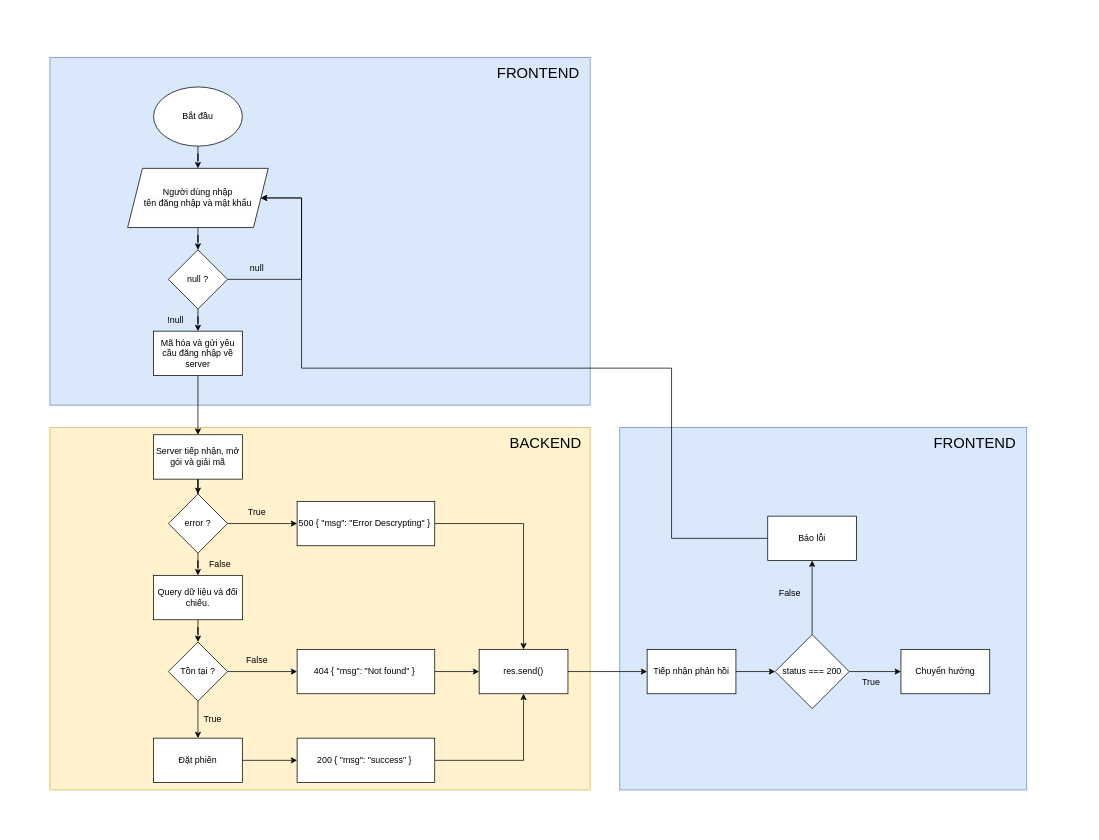
Before: LogicWorkflow.drawio in dbdev2912/khong_dc_khau_nghiep, a draw.io diagram. Source tidied: cells renumbered, new cells numbered last; positions are measured from the earlier drawing's top-left corner, leaving out a move shared by most shapes. Both pictures are drawn from the tidied source at 74%, with x=0, y=0 at pixel (50, 57).
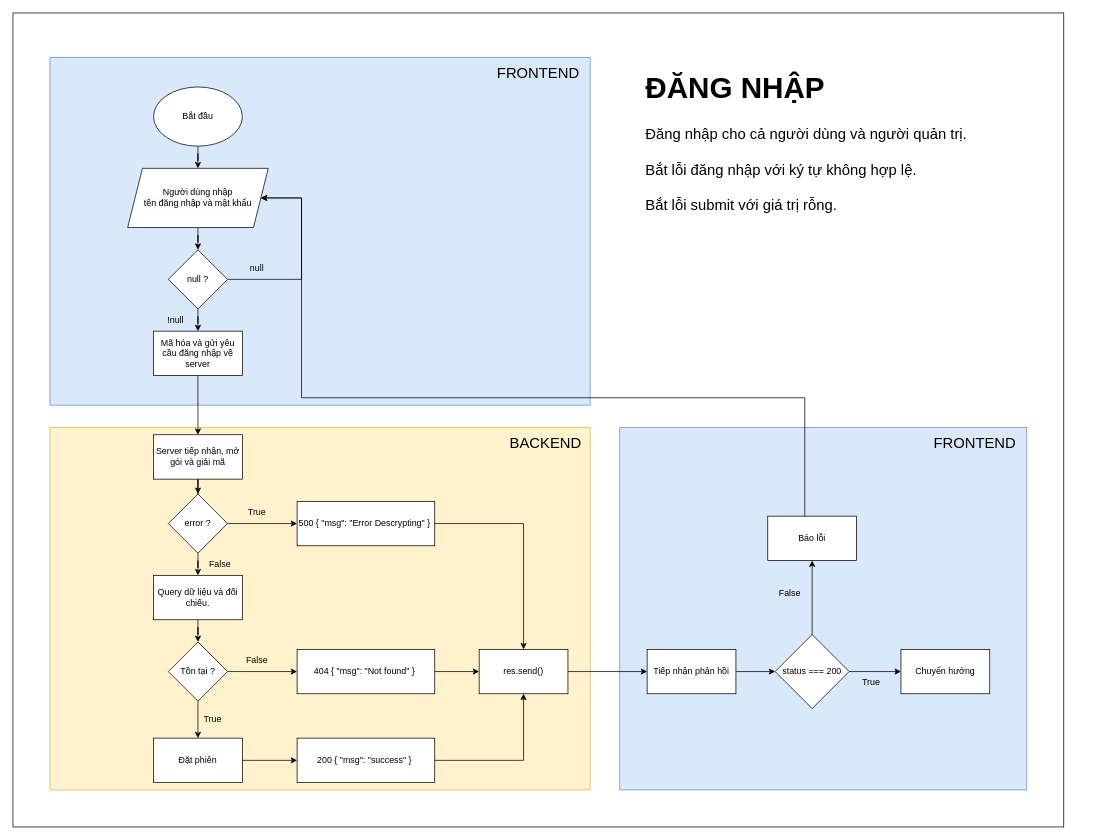
Above is the later version.

Commit message (it also covers changes not shown here):
Cập nhật LogicWorkflow.drawio

The change refers to these unchanged cells:
```xml
<mxCell id="13" value="&lt;span style=&quot;color: rgb(0, 0, 0); font-family: Helvetica; font-size: 12px; font-style: normal; font-variant-ligatures: normal; font-variant-caps: normal; font-weight: 400; letter-spacing: normal; orphans: 2; text-align: center; text-indent: 0px; text-transform: none; widows: 2; word-spacing: 0px; -webkit-text-stroke-width: 0px; background-color: rgb(251, 251, 251); text-decoration-thickness: initial; text-decoration-style: initial; text-decoration-color: initial; float: none; display: inline !important;&quot;&gt;Người dùng nhập &lt;br&gt;tên đăng nhập và mật khẩu&lt;/span&gt;" style="shape=parallelogram;perimeter=parallelogramPerimeter;whiteSpace=wrap;html=1;fixedSize=1;" parent="1" vertex="1">
  <mxGeometry x="105" y="150" width="190" height="80" as="geometry" />
</mxCell>
<mxCell id="49" value="Báo lỗi" style="whiteSpace=wrap;html=1;rounded=0;" parent="1" vertex="1">
  <mxGeometry x="970" y="620" width="120" height="60" as="geometry" />
</mxCell>
```

What changed in the source:
```diff
@@
+    <mxCell id="54" style="rounded=0;whiteSpace=wrap;html=1;fontSize=20;" parent="1" vertex="1">
+      <mxGeometry x="-50" y="-60" width="1420" height="1100" as="geometry" />
+    </mxCell>
@@
     <mxCell id="48" style="edgeStyle=orthogonalEdgeStyle;rounded=0;jettySize=auto;html=1;entryX=1;entryY=0.5;entryDx=0;entryDy=0;" parent="1" edge="1" source="49" target="13">
       <mxGeometry relative="1" as="geometry">
         <Array as="points">
-          <mxPoint x="840" y="650" />
-          <mxPoint x="840" y="420" />
-          <mxPoint x="340" y="420" />
+          <mxPoint x="1020" y="460" />
+          <mxPoint x="340" y="460" />
           <mxPoint x="340" y="190" />
         </Array>
       </mxGeometry>
     </mxCell>
@@
+    <mxCell id="55" value="&lt;h1&gt;ĐĂNG NHẬP&lt;/h1&gt;&lt;div&gt;Đăng nhập cho cả người dùng và người quản trị.&lt;/div&gt;&lt;div&gt;&lt;br&gt;&lt;/div&gt;&lt;div&gt;Bắt lỗi đăng nhập với ký tự không hợp lệ.&lt;/div&gt;&lt;div&gt;&lt;br&gt;&lt;/div&gt;&lt;div&gt;Bắt lỗi submit với giá trị rỗng.&lt;/div&gt;" style="text;html=1;strokeColor=none;fillColor=none;spacing=5;spacingTop=-20;whiteSpace=wrap;overflow=hidden;rounded=0;fontSize=20;" parent="1" vertex="1">
+      <mxGeometry x="800" width="600" height="470" as="geometry" />
+    </mxCell>
```
